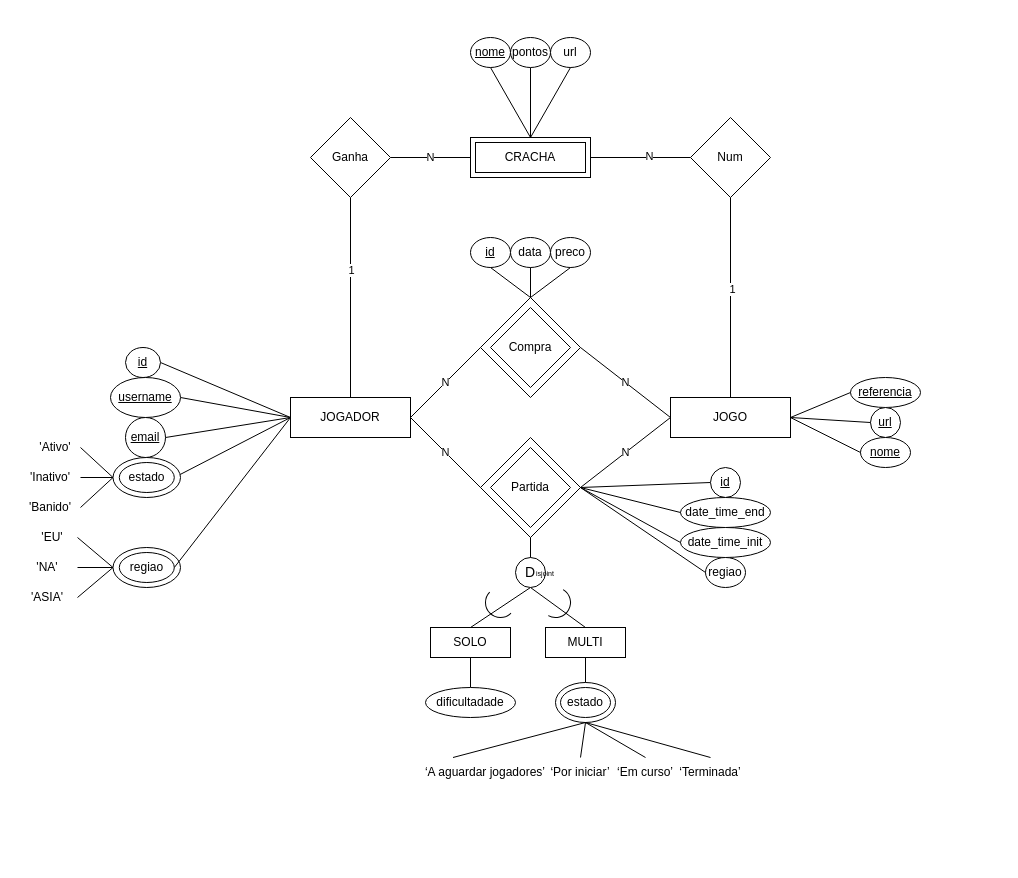
Earlier version of the draw.io diagram Docs/Entity-Relationship-Diagram.drawio (p4ulor/Game-Manager-w-PostgreSQL). Source tidied: cells renumbered, new cells numbered last; positions are measured from the earlier drawing's top-left corner, leaving out a move shared by most shapes. Both pictures are drawn from the tidied source at 100%, with x=0, y=0 at pixel (17, 37).
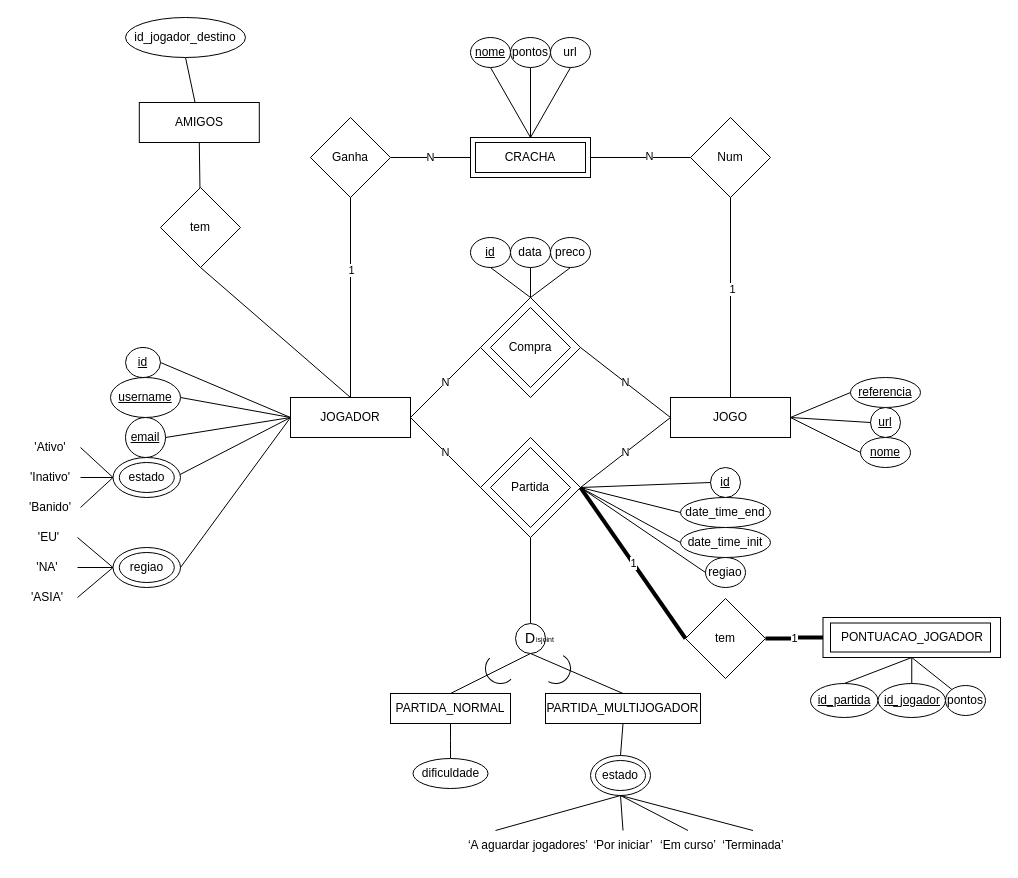
The same page after the edit.

The change refers to these unchanged cells:
```xml
<mxCell id="9" value="JOGADOR" style="rounded=0;whiteSpace=wrap;html=1;" parent="1" vertex="1">
  <mxGeometry x="273" y="360" width="120" height="40" as="geometry" />
</mxCell>
<mxCell id="23" value="regiao" style="ellipse;whiteSpace=wrap;html=1;" parent="1" vertex="1">
  <mxGeometry x="101.8" y="515" width="55" height="30" as="geometry" />
</mxCell>
<mxCell id="40" style="rhombus;whiteSpace=wrap;html=1;" parent="1" vertex="1">
  <mxGeometry x="463" y="400" width="100" height="100" as="geometry" />
</mxCell>
<mxCell id="89" style="ellipse;whiteSpace=wrap;html=1;fillColor=none;" parent="1" vertex="1">
  <mxGeometry x="95.5" y="510" width="67.5" height="40" as="geometry" />
</mxCell>
```

The edit, as a diff of the source:
```diff
@@
     <mxCell id="2" style="ellipse;whiteSpace=wrap;html=1;" parent="1" vertex="1">
-      <mxGeometry x="538" y="645" width="60" height="40" as="geometry" />
+      <mxGeometry x="573" y="718" width="60" height="40" as="geometry" />
     </mxCell>
@@
+    <mxCell id="96" style="rounded=0;jettySize=auto;html=1;entryX=0.5;entryY=1;entryDx=0;entryDy=0;exitX=0.5;exitY=0;exitDx=0;exitDy=0;endArrow=none;endFill=0;" parent="1" edge="1" source="9" target="111">
+      <mxGeometry relative="1" as="geometry" />
+    </mxCell>
@@
     <mxCell id="17" value="'Ativo'" style="text;html=1;strokeColor=none;fillColor=none;align=center;verticalAlign=middle;whiteSpace=wrap;rounded=0;" parent="1" vertex="1">
-      <mxGeometry x="13" y="395" width="50" height="30" as="geometry" />
+      <mxGeometry x="3" y="395" width="60" height="30" as="geometry" />
     </mxCell>
@@
-    <mxCell id="24" style="rounded=0;jettySize=auto;html=1;entryX=1;entryY=0.5;entryDx=0;entryDy=0;endArrow=none;endFill=0;exitX=0;exitY=0.5;exitDx=0;exitDy=0;" parent="1" edge="1" source="9" target="23">
+    <mxCell id="24" style="rounded=0;jettySize=auto;html=1;entryX=1;entryY=0.5;entryDx=0;entryDy=0;endArrow=none;endFill=0;exitX=0;exitY=0.5;exitDx=0;exitDy=0;" parent="1" edge="1" source="9" target="89">
       <mxGeometry relative="1" as="geometry" />
     </mxCell>
@@
+    <mxCell id="97" value="1" style="rounded=0;jettySize=auto;html=1;entryX=0;entryY=0.5;entryDx=0;entryDy=0;exitX=1;exitY=0.5;exitDx=0;exitDy=0;endArrow=none;endFill=0;strokeWidth=4;" parent="1" edge="1" source="40" target="99">
+      <mxGeometry relative="1" as="geometry" />
+    </mxCell>
@@
     <mxCell id="52" value="&lt;font style=&quot;font-size: 14px;&quot;&gt;D&lt;/font&gt;" style="ellipse;whiteSpace=wrap;html=1;" parent="1" vertex="1">
-      <mxGeometry x="498" y="520" width="30" height="30" as="geometry" />
+      <mxGeometry x="498" y="586" width="30" height="30" as="geometry" />
     </mxCell>
-    <mxCell id="53" value="MULTI" style="rounded=0;whiteSpace=wrap;html=1;" parent="1" vertex="1">
-      <mxGeometry x="528" y="590" width="80" height="30" as="geometry" />
+    <mxCell id="53" value="PARTIDA_MULTIJOGADOR" style="rounded=0;whiteSpace=wrap;html=1;" parent="1" vertex="1">
+      <mxGeometry x="528" y="656" width="155" height="30" as="geometry" />
     </mxCell>
-    <mxCell id="54" style="rounded=0;jettySize=auto;html=1;entryX=0.5;entryY=0;entryDx=0;entryDy=0;endArrow=none;endFill=0;" parent="1" edge="1" source="55" target="58">
+    <mxCell id="54" style="edgeStyle=orthogonalEdgeStyle;rounded=0;jettySize=auto;html=1;entryX=0.5;entryY=0;entryDx=0;entryDy=0;endArrow=none;endFill=0;curved=1;" parent="1" edge="1" source="55" target="58">
       <mxGeometry relative="1" as="geometry" />
     </mxCell>
-    <mxCell id="55" value="SOLO" style="rounded=0;whiteSpace=wrap;html=1;" parent="1" vertex="1">
-      <mxGeometry x="413" y="590" width="80" height="30" as="geometry" />
+    <mxCell id="55" value="PARTIDA_NORMAL" style="rounded=0;whiteSpace=wrap;html=1;" parent="1" vertex="1">
+      <mxGeometry x="373" y="656" width="120" height="30" as="geometry" />
     </mxCell>
     <mxCell id="56" style="verticalLabelPosition=bottom;verticalAlign=top;html=1;shape=mxgraph.basic.arc;startAngle=0.5015914963824541;endAngle=0.9968173254495136;rotation=-45;fillStyle=solid;" parent="1" vertex="1">
-      <mxGeometry x="468" y="550" width="30" height="30" as="geometry" />
+      <mxGeometry x="468" y="616" width="30" height="30" as="geometry" />
     </mxCell>
     <mxCell id="57" style="verticalLabelPosition=bottom;verticalAlign=top;html=1;shape=mxgraph.basic.arc;startAngle=0.5015914963824541;endAngle=0.9968173254495136;rotation=-150;fillStyle=solid;" parent="1" vertex="1">
-      <mxGeometry x="523" y="550" width="30" height="30" as="geometry" />
+      <mxGeometry x="523" y="616" width="30" height="30" as="geometry" />
     </mxCell>
-    <mxCell id="58" value="dificultadade" style="ellipse;whiteSpace=wrap;html=1;" parent="1" vertex="1">
-      <mxGeometry x="408" y="650" width="90" height="30" as="geometry" />
+    <mxCell id="58" value="dificuldade" style="ellipse;whiteSpace=wrap;html=1;" parent="1" vertex="1">
+      <mxGeometry x="395.5" y="721" width="75" height="30" as="geometry" />
     </mxCell>
     <mxCell id="59" value="estado" style="ellipse;whiteSpace=wrap;html=1;" parent="1" vertex="1">
-      <mxGeometry x="543" y="650" width="50" height="30" as="geometry" />
+      <mxGeometry x="578" y="723" width="50" height="30" as="geometry" />
     </mxCell>
@@
     <mxCell id="61" value="‘Por iniciar’" style="text;html=1;strokeColor=none;fillColor=none;align=center;verticalAlign=middle;whiteSpace=wrap;rounded=0;" parent="1" vertex="1">
-      <mxGeometry x="528" y="720" width="70" height="30" as="geometry" />
+      <mxGeometry x="570.5" y="793" width="70" height="30" as="geometry" />
     </mxCell>
     <mxCell id="62" value="‘A aguardar jogadores’" style="text;html=1;strokeColor=none;fillColor=none;align=center;verticalAlign=middle;whiteSpace=wrap;rounded=0;" parent="1" vertex="1">
-      <mxGeometry x="403" y="720" width="130" height="30" as="geometry" />
+      <mxGeometry x="445.5" y="793" width="130" height="30" as="geometry" />
     </mxCell>
     <mxCell id="63" value="‘Em curso’" style="text;html=1;strokeColor=none;fillColor=none;align=center;verticalAlign=middle;whiteSpace=wrap;rounded=0;" parent="1" vertex="1">
-      <mxGeometry x="598" y="720" width="60" height="30" as="geometry" />
+      <mxGeometry x="640.5" y="793" width="60" height="30" as="geometry" />
     </mxCell>
     <mxCell id="64" value="‘Terminada’" style="text;html=1;strokeColor=none;fillColor=none;align=center;verticalAlign=middle;whiteSpace=wrap;rounded=0;" parent="1" vertex="1">
-      <mxGeometry x="663" y="720" width="60" height="30" as="geometry" />
+      <mxGeometry x="705.5" y="793" width="60" height="30" as="geometry" />
     </mxCell>
@@
     <mxCell id="86" value="&lt;font style=&quot;font-size: 7px;&quot;&gt;isjoint&lt;/font&gt;" style="text;html=1;strokeColor=none;fillColor=none;align=center;verticalAlign=middle;whiteSpace=wrap;rounded=0;" parent="1" vertex="1">
-      <mxGeometry x="498" y="520" width="60" height="30" as="geometry" />
+      <mxGeometry x="498" y="586" width="60" height="30" as="geometry" />
     </mxCell>
@@
     <mxCell id="90" value="'EU'" style="text;html=1;strokeColor=none;fillColor=none;align=center;verticalAlign=middle;whiteSpace=wrap;rounded=0;" parent="1" vertex="1">
-      <mxGeometry x="10" y="485" width="50" height="30" as="geometry" />
+      <mxGeometry x="3" y="485" width="57" height="30" as="geometry" />
     </mxCell>
@@
+    <mxCell id="98" value="1" style="edgeStyle=orthogonalEdgeStyle;rounded=0;jettySize=auto;html=1;entryX=0;entryY=0.5;entryDx=0;entryDy=0;endArrow=none;endFill=0;strokeWidth=4;" parent="1" edge="1" source="99" target="101">
+      <mxGeometry relative="1" as="geometry" />
+    </mxCell>
+    <mxCell id="99" value="tem" style="rhombus;whiteSpace=wrap;html=1;" parent="1" vertex="1">
+      <mxGeometry x="668" y="561" width="80" height="80" as="geometry" />
+    </mxCell>
+    <mxCell id="100" style="rounded=0;jettySize=auto;html=1;entryX=0.5;entryY=0;entryDx=0;entryDy=0;endArrow=none;endFill=0;exitX=0.5;exitY=1;exitDx=0;exitDy=0;" parent="1" edge="1" source="101" target="106">
+      <mxGeometry relative="1" as="geometry" />
+    </mxCell>
+    <mxCell id="101" value="PONTUACAO_JOGADOR" style="rounded=0;whiteSpace=wrap;html=1;" parent="1" vertex="1">
+      <mxGeometry x="805.5" y="580" width="177.5" height="40" as="geometry" />
+    </mxCell>
+    <mxCell id="102" style="rounded=0;jettySize=auto;html=1;entryX=0.5;entryY=0;entryDx=0;entryDy=0;endArrow=none;endFill=0;exitX=0.5;exitY=1;exitDx=0;exitDy=0;" parent="1" edge="1" source="101" target="107">
+      <mxGeometry relative="1" as="geometry" />
+    </mxCell>
+    <mxCell id="103" style="rounded=0;whiteSpace=wrap;html=1;fillColor=none;" parent="1" vertex="1">
+      <mxGeometry x="813" y="585.5" width="160" height="29" as="geometry" />
+    </mxCell>
+    <mxCell id="104" style="rounded=0;jettySize=auto;html=1;entryX=0.5;entryY=1;entryDx=0;entryDy=0;endArrow=none;endFill=0;" parent="1" edge="1" source="105" target="101">
+      <mxGeometry relative="1" as="geometry" />
+    </mxCell>
+    <mxCell id="105" value="pontos" style="ellipse;whiteSpace=wrap;html=1;" parent="1" vertex="1">
+      <mxGeometry x="928" y="648" width="40" height="30" as="geometry" />
+    </mxCell>
+    <mxCell id="106" value="&lt;u&gt;id_partida&lt;/u&gt;" style="ellipse;whiteSpace=wrap;html=1;" parent="1" vertex="1">
+      <mxGeometry x="793" y="646" width="67.5" height="34" as="geometry" />
+    </mxCell>
+    <mxCell id="107" value="&lt;u&gt;id_jogador&lt;/u&gt;" style="ellipse;whiteSpace=wrap;html=1;" parent="1" vertex="1">
+      <mxGeometry x="860.5" y="646" width="67.5" height="34" as="geometry" />
+    </mxCell>
+    <mxCell id="108" style="rounded=0;jettySize=auto;html=1;entryX=0.5;entryY=1;entryDx=0;entryDy=0;endArrow=none;endFill=0;" parent="1" edge="1" source="109" target="112">
+      <mxGeometry relative="1" as="geometry" />
+    </mxCell>
+    <mxCell id="109" value="AMIGOS" style="rounded=0;whiteSpace=wrap;html=1;" parent="1" vertex="1">
+      <mxGeometry x="121.8" y="65" width="120" height="40" as="geometry" />
+    </mxCell>
+    <mxCell id="110" style="rounded=0;jettySize=auto;html=1;entryX=0.5;entryY=1;entryDx=0;entryDy=0;endArrow=none;endFill=0;" parent="1" edge="1" source="111" target="109">
+      <mxGeometry relative="1" as="geometry" />
+    </mxCell>
+    <mxCell id="111" value="tem" style="rhombus;whiteSpace=wrap;html=1;" parent="1" vertex="1">
+      <mxGeometry x="143" y="150" width="80" height="80" as="geometry" />
+    </mxCell>
+    <mxCell id="112" value="id_jogador_destino" style="ellipse;whiteSpace=wrap;html=1;" parent="1" vertex="1">
+      <mxGeometry x="108" y="-20" width="120" height="40" as="geometry" />
+    </mxCell>
```
